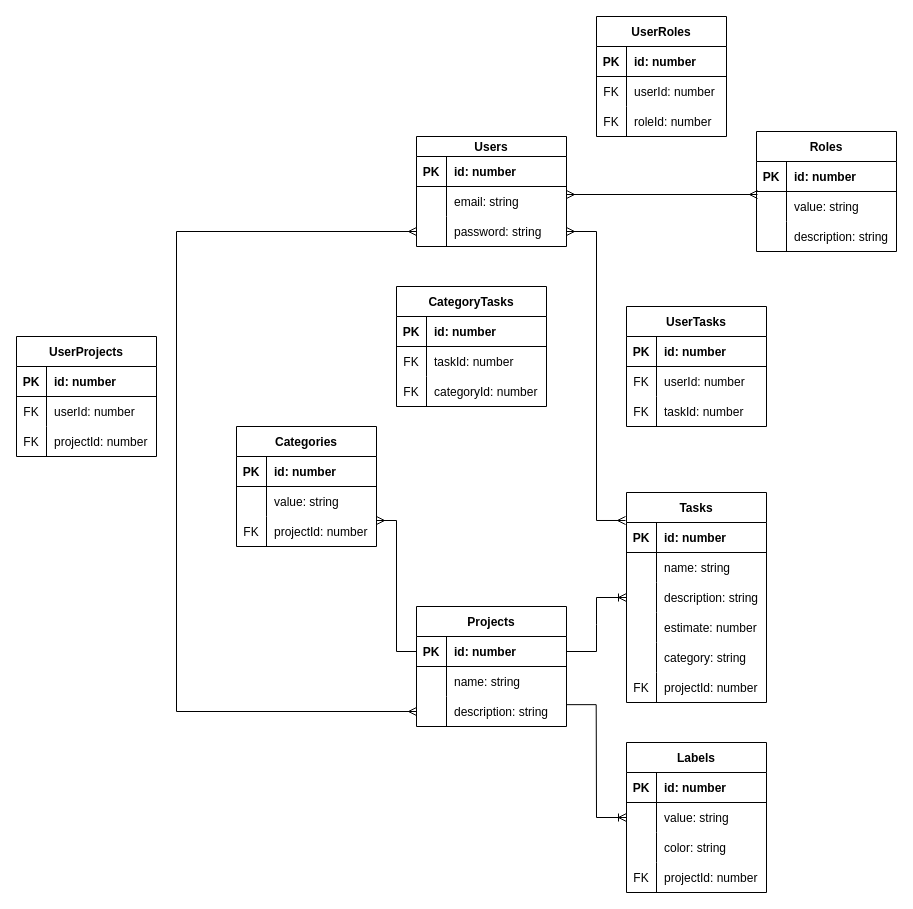
The draw.io diagram docs/DatabaseSchema.drawio in kurockett/stoei-course-project, before the edit. Source tidied: cells renumbered, new cells numbered last; positions are measured from the earlier drawing's top-left corner, leaving out a move shared by most shapes. Both pictures are drawn from the tidied source at 100%, with x=0, y=0 at pixel (16, 16).
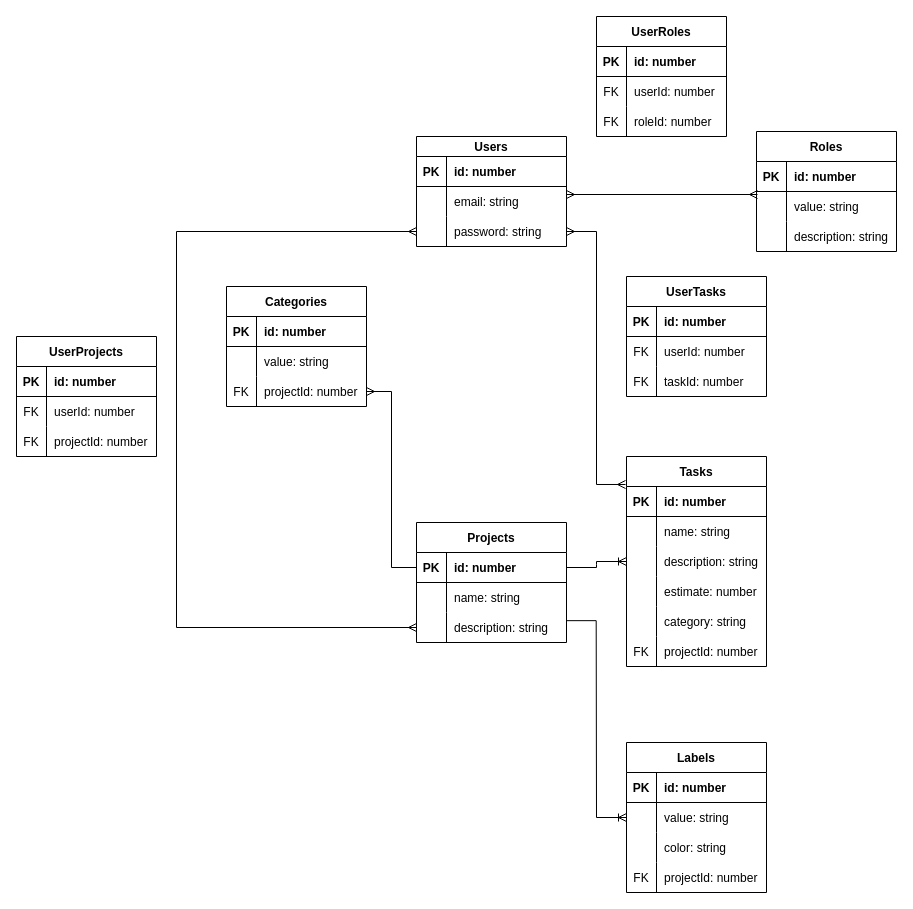
After the change.

The change refers to these unchanged cells:
```xml
<mxCell id="33" style="shape=partialRectangle;fillColor=none;top=0;left=0;bottom=1;right=0;points=[[0,0.5],[1,0.5]];portConstraint=eastwest;fontStyle=0;" parent="32" vertex="1">
  <mxGeometry y="30" width="150" height="30" as="geometry" />
</mxCell>
<mxCell id="104" style="shape=partialRectangle;fillColor=none;top=0;left=0;bottom=0;right=0;points=[[0,0.5],[1,0.5]];portConstraint=eastwest;fontStyle=0;" parent="97" vertex="1">
  <mxGeometry y="90" width="140" height="30" as="geometry" />
</mxCell>
```

Change to the diagram source:
```diff
@@
     <mxCell id="32" value="Projects" style="shape=table;startSize=30;childLayout=tableLayout;rowLines=0;fontStyle=1;align=center;" parent="1" vertex="1">
-      <mxGeometry x="400" y="590" width="150" height="120" as="geometry" />
+      <mxGeometry x="400" y="506" width="150" height="120" as="geometry" />
     </mxCell>
@@
     <mxCell id="42" value="Tasks" style="shape=table;startSize=30;childLayout=tableLayout;rowLines=0;fontStyle=1;align=center;" parent="1" vertex="1">
-      <mxGeometry x="610" y="476" width="140" height="210" as="geometry" />
+      <mxGeometry x="610" y="440" width="140" height="210" as="geometry" />
     </mxCell>
@@
     <mxCell id="87" value="UserTasks" style="shape=table;startSize=30;childLayout=tableLayout;rowLines=0;fontStyle=1;align=center;" parent="1" vertex="1">
-      <mxGeometry x="610" y="290" width="140" height="120" as="geometry" />
+      <mxGeometry x="610" y="260" width="140" height="120" as="geometry" />
     </mxCell>
@@
     <mxCell id="97" value="Categories" style="shape=table;startSize=30;childLayout=tableLayout;rowLines=0;fontStyle=1;align=center;" parent="1" vertex="1">
-      <mxGeometry x="220" y="410" width="140" height="120" as="geometry" />
+      <mxGeometry x="210" y="270" width="140" height="120" as="geometry" />
     </mxCell>
@@
-    <mxCell id="107" value="CategoryTasks" style="shape=table;startSize=30;childLayout=tableLayout;rowLines=0;fontStyle=1;align=center;" parent="1" vertex="1">
-      <mxGeometry x="380" y="270" width="150" height="120" as="geometry" />
-    </mxCell>
-    <mxCell id="108" style="shape=partialRectangle;fillColor=none;top=0;left=0;bottom=1;right=0;fontStyle=0;" parent="107" vertex="1">
-      <mxGeometry y="30" width="150" height="30" as="geometry" />
-    </mxCell>
-    <mxCell id="109" value="PK" style="shape=partialRectangle;fillColor=none;top=0;left=0;bottom=0;right=0;fontStyle=1;overflow=hidden;" parent="108" vertex="1">
-      <mxGeometry width="30" height="30" as="geometry" />
-    </mxCell>
-    <mxCell id="110" value="id: number" style="shape=partialRectangle;fillColor=none;top=0;left=0;bottom=0;right=0;align=left;spacingLeft=6;fontStyle=1;overflow=hidden;" parent="108" vertex="1">
-      <mxGeometry x="30" width="120" height="30" as="geometry" />
-    </mxCell>
-    <mxCell id="111" style="shape=partialRectangle;fillColor=none;top=0;left=0;bottom=0;right=0;fontStyle=0;" parent="107" vertex="1">
-      <mxGeometry y="60" width="150" height="30" as="geometry" />
-    </mxCell>
-    <mxCell id="112" value="FK" style="shape=partialRectangle;fillColor=none;top=0;left=0;bottom=0;right=0;overflow=hidden;fontStyle=0;" parent="111" vertex="1">
-      <mxGeometry width="30" height="30" as="geometry" />
-    </mxCell>
-    <mxCell id="113" value="taskId: number" style="shape=partialRectangle;fillColor=none;top=0;left=0;bottom=0;right=0;align=left;spacingLeft=6;overflow=hidden;fontStyle=0;" parent="111" vertex="1">
-      <mxGeometry x="30" width="120" height="30" as="geometry" />
-    </mxCell>
-    <mxCell id="114" style="shape=partialRectangle;fillColor=none;top=0;left=0;bottom=0;right=0;fontStyle=0;" parent="107" vertex="1">
-      <mxGeometry y="90" width="150" height="30" as="geometry" />
-    </mxCell>
-    <mxCell id="115" value="FK" style="shape=partialRectangle;fillColor=none;top=0;left=0;bottom=0;right=0;overflow=hidden;fontStyle=0;" parent="114" vertex="1">
-      <mxGeometry width="30" height="30" as="geometry" />
-    </mxCell>
-    <mxCell id="116" value="categoryId: number" style="shape=partialRectangle;fillColor=none;top=0;left=0;bottom=0;right=0;align=left;spacingLeft=6;overflow=hidden;fontStyle=0;" parent="114" vertex="1">
-      <mxGeometry x="30" width="120" height="30" as="geometry" />
-    </mxCell>
@@
-    <mxCell id="119" style="edgeStyle=elbowEdgeStyle;fontSize=12;html=1;endArrow=ERmany;rounded=0;exitX=0;exitY=0.5;exitDx=0;exitDy=0;" parent="1" edge="1" source="33">
-      <mxGeometry relative="1" as="geometry">
-        <mxPoint x="360" y="504" as="targetPoint" />
-      </mxGeometry>
+    <mxCell id="119" style="edgeStyle=elbowEdgeStyle;fontSize=12;html=1;endArrow=ERmany;rounded=0;exitX=0;exitY=0.5;exitDx=0;exitDy=0;entryX=1;entryY=0.5;entryDx=0;entryDy=0;" parent="1" edge="1" source="33" target="104">
+      <mxGeometry relative="1" as="geometry" />
     </mxCell>
```
